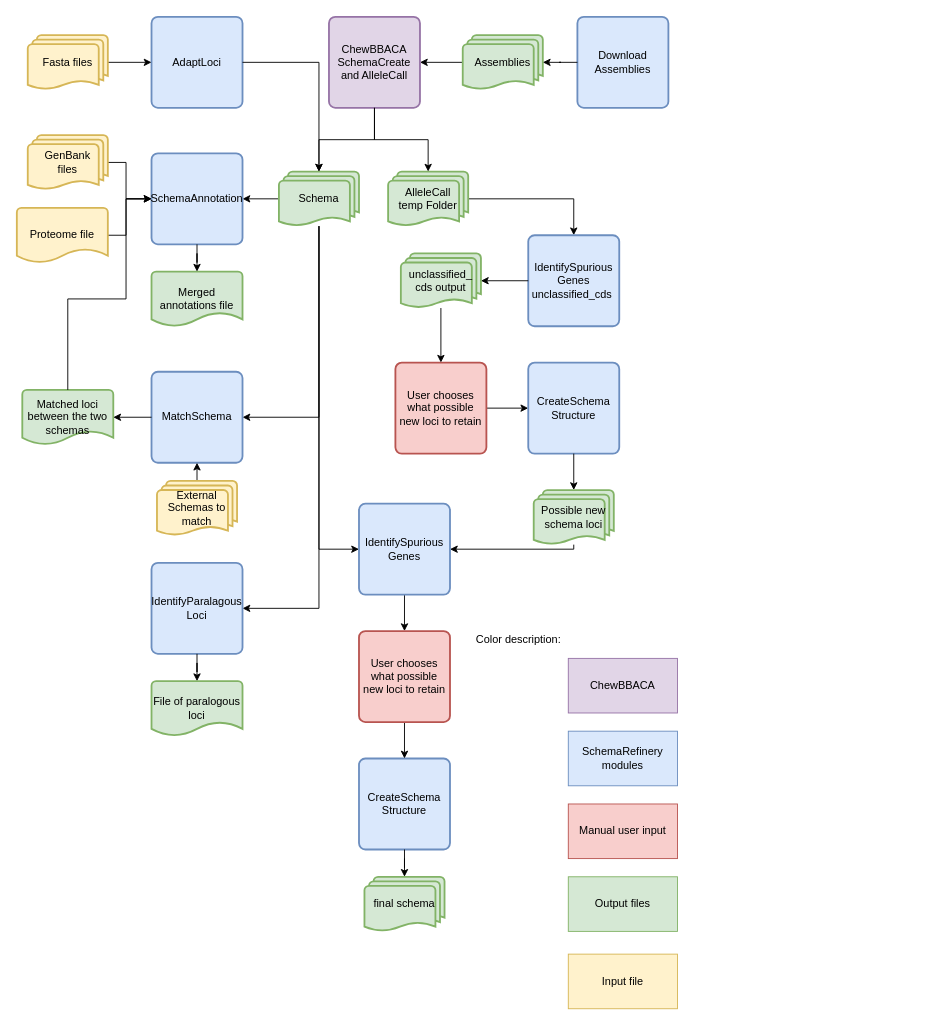
This is SchemaRefinery/docs/SchemaRefinery/Overview/source/Schema_creation_workflow.drawio from B-UMMI/Schema_Refinery, a draw.io file, before an edit. Source tidied: cells renumbered, new cells numbered last; positions are measured from the earlier drawing's top-left corner, leaving out a move shared by most shapes. Both pictures are drawn from the tidied source at 91%, with x=0, y=0 at pixel (16, 16).
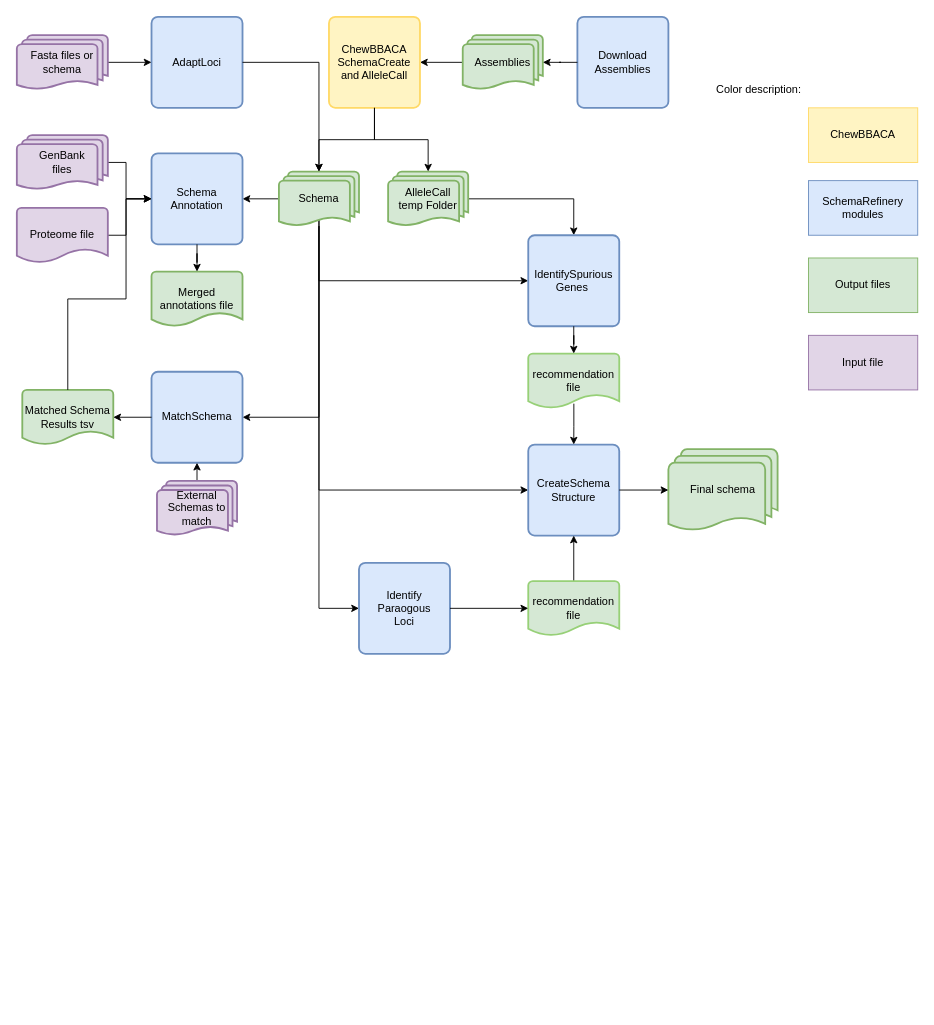
Above is the later version.

Unchanged cells that the change refers to:
```xml
<mxCell id="11" value="Schema" style="strokeWidth=2;html=1;shape=mxgraph.flowchart.multi-document;whiteSpace=wrap;fillColor=#d5e8d4;strokeColor=#82b366;" parent="1" vertex="1">
  <mxGeometry x="288" y="170" width="88" height="60" as="geometry" />
</mxCell>
```

The edit, as a diff of the source:
```diff
@@
-    <mxCell id="6" value="ChewBBACA SchemaCreate&lt;div&gt;and AlleleCall&lt;/div&gt;" style="rounded=1;whiteSpace=wrap;html=1;absoluteArcSize=1;arcSize=14;strokeWidth=2;fillColor=#e1d5e7;strokeColor=#9673a6;" parent="1" vertex="1">
+    <mxCell id="6" value="ChewBBACA SchemaCreate&lt;div&gt;and AlleleCall&lt;/div&gt;" style="rounded=1;whiteSpace=wrap;html=1;absoluteArcSize=1;arcSize=14;strokeWidth=2;fillColor=#FFF4C3;strokeColor=#FFD966;" parent="1" vertex="1">
       <mxGeometry x="343" width="100" height="100" as="geometry" />
     </mxCell>
@@
-    <mxCell id="8" style="edgeStyle=orthogonalEdgeStyle;rounded=0;jettySize=auto;html=1;entryX=1;entryY=0.5;entryDx=0;entryDy=0;" parent="1" edge="1" source="11" target="23">
-      <mxGeometry relative="1" as="geometry">
-        <Array as="points">
-          <mxPoint x="332" y="650" />
-        </Array>
-      </mxGeometry>
-    </mxCell>
@@
     <mxCell id="10" style="edgeStyle=orthogonalEdgeStyle;rounded=0;jettySize=auto;html=1;entryX=0;entryY=0.5;entryDx=0;entryDy=0;" parent="1" edge="1" source="11" target="32">
       <mxGeometry relative="1" as="geometry">
         <Array as="points">
-          <mxPoint x="332" y="585" />
+          <mxPoint x="332" y="650" />
         </Array>
       </mxGeometry>
     </mxCell>
+    <mxCell id="59" style="edgeStyle=orthogonalEdgeStyle;rounded=0;jettySize=auto;html=1;entryX=0;entryY=0.5;entryDx=0;entryDy=0;exitX=0.5;exitY=0.88;exitDx=0;exitDy=0;exitPerimeter=0;" parent="1" edge="1" source="11" target="33">
+      <mxGeometry relative="1" as="geometry">
+        <Array as="points">
+          <mxPoint x="332" y="290" />
+        </Array>
+      </mxGeometry>
+    </mxCell>
+    <mxCell id="60" style="edgeStyle=orthogonalEdgeStyle;rounded=0;jettySize=auto;html=1;exitX=0.5;exitY=0.88;exitDx=0;exitDy=0;exitPerimeter=0;entryX=0;entryY=0.5;entryDx=0;entryDy=0;" parent="1" edge="1" source="11" target="38">
+      <mxGeometry relative="1" as="geometry">
+        <Array as="points">
+          <mxPoint x="332" y="520" />
+        </Array>
+      </mxGeometry>
+    </mxCell>
@@
-    <mxCell id="16" value="SchemaAnnotation" style="rounded=1;whiteSpace=wrap;html=1;absoluteArcSize=1;arcSize=14;strokeWidth=2;fillColor=#dae8fc;strokeColor=#6c8ebf;" parent="1" vertex="1">
+    <mxCell id="16" value="Schema&lt;div&gt;Annotation&lt;/div&gt;" style="rounded=1;whiteSpace=wrap;html=1;absoluteArcSize=1;arcSize=14;strokeWidth=2;fillColor=#dae8fc;strokeColor=#6c8ebf;" parent="1" vertex="1">
       <mxGeometry x="148" y="150" width="100" height="100" as="geometry" />
     </mxCell>
@@
-    <mxCell id="18" value="GenBank&lt;div&gt;files&lt;/div&gt;" style="strokeWidth=2;html=1;shape=mxgraph.flowchart.multi-document;whiteSpace=wrap;fillColor=#fff2cc;strokeColor=#d6b656;" parent="1" vertex="1">
-      <mxGeometry x="12" y="130" width="88" height="60" as="geometry" />
+    <mxCell id="18" value="GenBank&lt;div&gt;files&lt;/div&gt;" style="strokeWidth=2;html=1;shape=mxgraph.flowchart.multi-document;whiteSpace=wrap;fillColor=#E1D5E7;strokeColor=#9673A6;" parent="1" vertex="1">
+      <mxGeometry y="130" width="100" height="60" as="geometry" />
     </mxCell>
@@
-    <mxCell id="20" value="Proteome file" style="strokeWidth=2;html=1;shape=mxgraph.flowchart.document2;whiteSpace=wrap;size=0.25;fillColor=#fff2cc;strokeColor=#d6b656;" parent="1" vertex="1">
+    <mxCell id="20" value="Proteome file" style="strokeWidth=2;html=1;shape=mxgraph.flowchart.document2;whiteSpace=wrap;size=0.25;fillColor=#E1D5E7;strokeColor=#9673A6;" parent="1" vertex="1">
       <mxGeometry y="210" width="100" height="60" as="geometry" />
     </mxCell>
@@
-    <mxCell id="23" value="IdentifyParalagous&lt;div&gt;Loci&lt;/div&gt;" style="rounded=1;whiteSpace=wrap;html=1;absoluteArcSize=1;arcSize=14;strokeWidth=2;fillColor=#dae8fc;strokeColor=#6c8ebf;" parent="1" vertex="1">
-      <mxGeometry x="148" y="600" width="100" height="100" as="geometry" />
-    </mxCell>
-    <mxCell id="24" value="File of paralogous loci" style="strokeWidth=2;html=1;shape=mxgraph.flowchart.document2;whiteSpace=wrap;size=0.25;fillColor=#d5e8d4;strokeColor=#82b366;" parent="1" vertex="1">
-      <mxGeometry x="148" y="730" width="100" height="60" as="geometry" />
-    </mxCell>
-    <mxCell id="25" style="edgeStyle=orthogonalEdgeStyle;rounded=0;jettySize=auto;html=1;entryX=0.5;entryY=0;entryDx=0;entryDy=0;entryPerimeter=0;" parent="1" edge="1" source="23" target="24">
-      <mxGeometry relative="1" as="geometry" />
-    </mxCell>
@@
-    <mxCell id="28" value="External Schemas to match" style="strokeWidth=2;html=1;shape=mxgraph.flowchart.multi-document;whiteSpace=wrap;fillColor=#fff2cc;strokeColor=#d6b656;" parent="1" vertex="1">
+    <mxCell id="28" value="External Schemas to match" style="strokeWidth=2;html=1;shape=mxgraph.flowchart.multi-document;whiteSpace=wrap;fillColor=#E1D5E7;strokeColor=#9673A6;" parent="1" vertex="1">
       <mxGeometry x="154" y="510" width="88" height="60" as="geometry" />
     </mxCell>
-    <mxCell id="29" value="Matched loci between the two schemas" style="strokeWidth=2;html=1;shape=mxgraph.flowchart.document2;whiteSpace=wrap;size=0.25;fillColor=#d5e8d4;strokeColor=#82b366;" parent="1" vertex="1">
+    <mxCell id="29" value="Matched Schema Results tsv" style="strokeWidth=2;html=1;shape=mxgraph.flowchart.document2;whiteSpace=wrap;size=0.25;fillColor=#d5e8d4;strokeColor=#82b366;" parent="1" vertex="1">
       <mxGeometry x="6" y="410" width="100" height="60" as="geometry" />
     </mxCell>
@@
-    <mxCell id="31" style="edgeStyle=orthogonalEdgeStyle;rounded=0;jettySize=auto;html=1;entryX=0.5;entryY=0;entryDx=0;entryDy=0;" parent="1" edge="1" source="32" target="45">
-      <mxGeometry relative="1" as="geometry" />
-    </mxCell>
-    <mxCell id="32" value="IdentifySpurious&lt;div&gt;Genes&lt;/div&gt;" style="rounded=1;whiteSpace=wrap;html=1;absoluteArcSize=1;arcSize=14;strokeWidth=2;fillColor=#dae8fc;strokeColor=#6c8ebf;" parent="1" vertex="1">
-      <mxGeometry x="376" y="535" width="100" height="100" as="geometry" />
+    <mxCell id="32" value="Identify&lt;div&gt;Paraogous&lt;div&gt;Loci&lt;br&gt;&lt;/div&gt;&lt;/div&gt;" style="rounded=1;whiteSpace=wrap;html=1;absoluteArcSize=1;arcSize=14;strokeWidth=2;fillColor=#dae8fc;strokeColor=#6c8ebf;" parent="1" vertex="1">
+      <mxGeometry x="376" y="600" width="100" height="100" as="geometry" />
     </mxCell>
-    <mxCell id="33" value="IdentifySpurious&lt;div&gt;Genes unclassified_cds&amp;nbsp;&lt;/div&gt;" style="rounded=1;whiteSpace=wrap;html=1;absoluteArcSize=1;arcSize=14;strokeWidth=2;fillColor=#dae8fc;strokeColor=#6c8ebf;" parent="1" vertex="1">
+    <mxCell id="33" value="IdentifySpurious&lt;div&gt;Genes&amp;nbsp;&lt;/div&gt;" style="rounded=1;whiteSpace=wrap;html=1;absoluteArcSize=1;arcSize=14;strokeWidth=2;fillColor=#dae8fc;strokeColor=#6c8ebf;" parent="1" vertex="1">
       <mxGeometry x="562" y="240" width="100" height="100" as="geometry" />
     </mxCell>
-    <mxCell id="34" style="edgeStyle=orthogonalEdgeStyle;rounded=0;jettySize=auto;html=1;entryX=0.5;entryY=0;entryDx=0;entryDy=0;" parent="1" edge="1" source="35" target="37">
-      <mxGeometry relative="1" as="geometry" />
-    </mxCell>
-    <mxCell id="35" value="unclassified_&lt;div&gt;cds output&lt;/div&gt;" style="strokeWidth=2;html=1;shape=mxgraph.flowchart.multi-document;whiteSpace=wrap;fillColor=#d5e8d4;strokeColor=#82b366;" parent="1" vertex="1">
-      <mxGeometry x="422" y="260" width="88" height="60" as="geometry" />
-    </mxCell>
-    <mxCell id="36" style="edgeStyle=orthogonalEdgeStyle;rounded=0;jettySize=auto;html=1;entryX=0;entryY=0.5;entryDx=0;entryDy=0;" parent="1" edge="1" source="37" target="38">
-      <mxGeometry relative="1" as="geometry" />
-    </mxCell>
-    <mxCell id="37" value="User chooses what possible new loci to retain" style="rounded=1;whiteSpace=wrap;html=1;absoluteArcSize=1;arcSize=14;strokeWidth=2;fillColor=#f8cecc;strokeColor=#b85450;" parent="1" vertex="1">
-      <mxGeometry x="416" y="380" width="100" height="100" as="geometry" />
-    </mxCell>
     <mxCell id="38" value="CreateSchema&lt;div&gt;Structure&lt;/div&gt;" style="rounded=1;whiteSpace=wrap;html=1;absoluteArcSize=1;arcSize=14;strokeWidth=2;fillColor=#dae8fc;strokeColor=#6c8ebf;" parent="1" vertex="1">
-      <mxGeometry x="562" y="380" width="100" height="100" as="geometry" />
+      <mxGeometry x="562" y="470" width="100" height="100" as="geometry" />
     </mxCell>
-    <mxCell id="39" style="edgeStyle=orthogonalEdgeStyle;rounded=0;jettySize=auto;html=1;entryX=1;entryY=0.5;entryDx=0;entryDy=0;" parent="1" edge="1" source="40" target="32">
-      <mxGeometry relative="1" as="geometry">
-        <Array as="points">
-          <mxPoint x="612" y="585" />
-        </Array>
-      </mxGeometry>
-    </mxCell>
-    <mxCell id="40" value="Possible new&lt;div&gt;schema loci&lt;/div&gt;" style="strokeWidth=2;html=1;shape=mxgraph.flowchart.multi-document;whiteSpace=wrap;fillColor=#d5e8d4;strokeColor=#82b366;" parent="1" vertex="1">
-      <mxGeometry x="568" y="520" width="88" height="60" as="geometry" />
-    </mxCell>
-    <mxCell id="41" style="edgeStyle=orthogonalEdgeStyle;rounded=0;jettySize=auto;html=1;entryX=1;entryY=0.5;entryDx=0;entryDy=0;entryPerimeter=0;" parent="1" edge="1" source="33" target="35">
-      <mxGeometry relative="1" as="geometry" />
-    </mxCell>
-    <mxCell id="42" style="edgeStyle=orthogonalEdgeStyle;rounded=0;jettySize=auto;html=1;entryX=0.5;entryY=0;entryDx=0;entryDy=0;entryPerimeter=0;" parent="1" edge="1" source="38" target="40">
-      <mxGeometry relative="1" as="geometry" />
-    </mxCell>
-    <mxCell id="43" value="CreateSchema&lt;div&gt;Structure&lt;/div&gt;" style="rounded=1;whiteSpace=wrap;html=1;absoluteArcSize=1;arcSize=14;strokeWidth=2;fillColor=#dae8fc;strokeColor=#6c8ebf;" parent="1" vertex="1">
-      <mxGeometry x="376" y="815" width="100" height="100" as="geometry" />
-    </mxCell>
-    <mxCell id="44" style="edgeStyle=orthogonalEdgeStyle;rounded=0;jettySize=auto;html=1;entryX=0.5;entryY=0;entryDx=0;entryDy=0;" parent="1" edge="1" source="45" target="43">
-      <mxGeometry relative="1" as="geometry" />
-    </mxCell>
-    <mxCell id="45" value="User chooses what possible new loci to retain" style="rounded=1;whiteSpace=wrap;html=1;absoluteArcSize=1;arcSize=14;strokeWidth=2;fillColor=#f8cecc;strokeColor=#b85450;" parent="1" vertex="1">
-      <mxGeometry x="376" y="675" width="100" height="100" as="geometry" />
-    </mxCell>
-    <mxCell id="46" value="final schema" style="strokeWidth=2;html=1;shape=mxgraph.flowchart.multi-document;whiteSpace=wrap;fillColor=#d5e8d4;strokeColor=#82b366;" parent="1" vertex="1">
-      <mxGeometry x="382" y="945" width="88" height="60" as="geometry" />
-    </mxCell>
-    <mxCell id="47" style="edgeStyle=orthogonalEdgeStyle;rounded=0;jettySize=auto;html=1;entryX=0.5;entryY=0;entryDx=0;entryDy=0;entryPerimeter=0;" parent="1" edge="1" source="43" target="46">
-      <mxGeometry relative="1" as="geometry" />
-    </mxCell>
     <mxCell id="48" value="SchemaRefinery modules" style="rounded=0;whiteSpace=wrap;html=1;fillColor=#dae8fc;strokeColor=#6c8ebf;" parent="1" vertex="1">
-      <mxGeometry x="606" y="785" width="120" height="60" as="geometry" />
+      <mxGeometry x="870" y="180" width="120" height="60" as="geometry" />
     </mxCell>
-    <mxCell id="49" value="Manual user input" style="rounded=0;whiteSpace=wrap;html=1;fillColor=#f8cecc;strokeColor=#b85450;" parent="1" vertex="1">
-      <mxGeometry x="606" y="865" width="120" height="60" as="geometry" />
-    </mxCell>
-    <mxCell id="50" value="ChewBBACA" style="rounded=0;whiteSpace=wrap;html=1;fillColor=#e1d5e7;strokeColor=#9673a6;" parent="1" vertex="1">
-      <mxGeometry x="606" y="705" width="120" height="60" as="geometry" />
+    <mxCell id="50" value="ChewBBACA" style="rounded=0;whiteSpace=wrap;html=1;fillColor=#FFF4C3;strokeColor=#FFD966;" parent="1" vertex="1">
+      <mxGeometry x="870" y="100" width="120" height="60" as="geometry" />
     </mxCell>
     <mxCell id="51" value="Output files" style="rounded=0;whiteSpace=wrap;html=1;fillColor=#d5e8d4;strokeColor=#82b366;" parent="1" vertex="1">
-      <mxGeometry x="606" y="945" width="120" height="60" as="geometry" />
+      <mxGeometry x="870" y="265" width="120" height="60" as="geometry" />
     </mxCell>
     <mxCell id="52" value="Color description:" style="text;html=1;align=center;verticalAlign=middle;strokeColor=none;fillColor=none;" parent="1" vertex="1">
-      <mxGeometry x="496" y="670" width="110" height="30" as="geometry" />
+      <mxGeometry x="760" y="65" width="110" height="30" as="geometry" />
     </mxCell>
-    <mxCell id="53" value="Input file" style="rounded=0;whiteSpace=wrap;html=1;fillColor=#fff2cc;strokeColor=#d6b656;" parent="1" vertex="1">
-      <mxGeometry x="606" y="1030" width="120" height="60" as="geometry" />
+    <mxCell id="53" value="Input file" style="rounded=0;whiteSpace=wrap;html=1;fillColor=#E1D5E7;strokeColor=#9673A6;" parent="1" vertex="1">
+      <mxGeometry x="870" y="350" width="120" height="60" as="geometry" />
     </mxCell>
@@
-    <mxCell id="56" value="Fasta files" style="strokeWidth=2;html=1;shape=mxgraph.flowchart.multi-document;whiteSpace=wrap;fillColor=#fff2cc;strokeColor=#d6b656;" parent="1" vertex="1">
-      <mxGeometry x="12" y="20" width="88" height="60" as="geometry" />
+    <mxCell id="56" value="Fasta files or schema" style="strokeWidth=2;html=1;shape=mxgraph.flowchart.multi-document;whiteSpace=wrap;fillColor=#E1D5E7;strokeColor=#9673A6;" parent="1" vertex="1">
+      <mxGeometry y="20" width="100" height="60" as="geometry" />
     </mxCell>
@@
+    <mxCell id="61" style="edgeStyle=orthogonalEdgeStyle;rounded=0;jettySize=auto;html=1;entryX=0.5;entryY=0;entryDx=0;entryDy=0;exitX=0.501;exitY=0.918;exitDx=0;exitDy=0;exitPerimeter=0;" parent="1" edge="1" source="62" target="38">
+      <mxGeometry relative="1" as="geometry" />
+    </mxCell>
+    <mxCell id="62" value="recommendation file" style="strokeWidth=2;html=1;shape=mxgraph.flowchart.document2;whiteSpace=wrap;size=0.25;fillColor=#D5E8D4;strokeColor=#97D077;" parent="1" vertex="1">
+      <mxGeometry x="562" y="370" width="100" height="60" as="geometry" />
+    </mxCell>
+    <mxCell id="63" style="edgeStyle=orthogonalEdgeStyle;rounded=0;jettySize=auto;html=1;entryX=0.5;entryY=1;entryDx=0;entryDy=0;" parent="1" edge="1" source="64" target="38">
+      <mxGeometry relative="1" as="geometry" />
+    </mxCell>
+    <mxCell id="64" value="recommendation file" style="strokeWidth=2;html=1;shape=mxgraph.flowchart.document2;whiteSpace=wrap;size=0.25;fillColor=#D5E8D4;strokeColor=#97D077;" parent="1" vertex="1">
+      <mxGeometry x="562" y="620" width="100" height="60" as="geometry" />
+    </mxCell>
+    <mxCell id="65" style="edgeStyle=orthogonalEdgeStyle;rounded=0;jettySize=auto;html=1;entryX=0;entryY=0.5;entryDx=0;entryDy=0;entryPerimeter=0;" parent="1" edge="1" source="32" target="64">
+      <mxGeometry relative="1" as="geometry" />
+    </mxCell>
+    <mxCell id="66" value="Final schema" style="strokeWidth=2;html=1;shape=mxgraph.flowchart.multi-document;whiteSpace=wrap;fillColor=#d5e8d4;strokeColor=#82b366;" parent="1" vertex="1">
+      <mxGeometry x="716" y="475" width="120" height="90" as="geometry" />
+    </mxCell>
+    <mxCell id="67" style="edgeStyle=orthogonalEdgeStyle;rounded=0;jettySize=auto;html=1;entryX=0;entryY=0.5;entryDx=0;entryDy=0;entryPerimeter=0;" parent="1" edge="1" source="38" target="66">
+      <mxGeometry relative="1" as="geometry" />
+    </mxCell>
+    <mxCell id="68" style="edgeStyle=orthogonalEdgeStyle;rounded=0;jettySize=auto;html=1;entryX=0.5;entryY=0;entryDx=0;entryDy=0;entryPerimeter=0;" parent="1" edge="1" source="33" target="62">
+      <mxGeometry relative="1" as="geometry" />
+    </mxCell>
```
